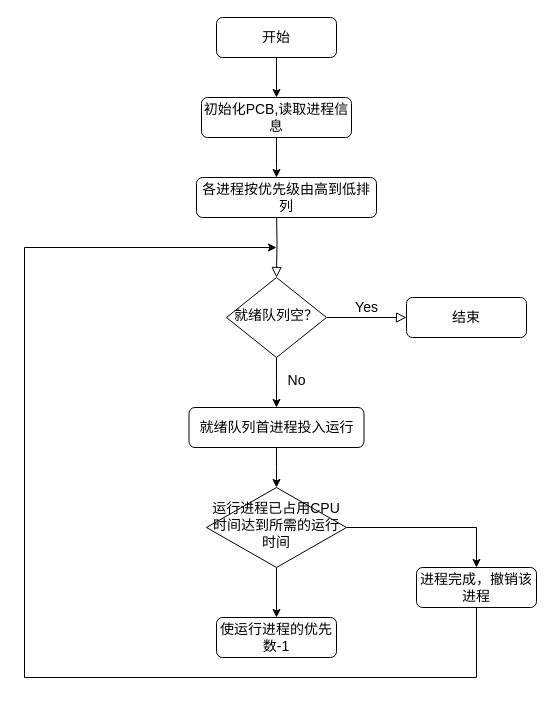
Before: 时间片轮转调度算法流程图.drawio in dxin66/draw-files, a draw.io diagram. Source tidied: cells renumbered, new cells numbered last; positions are measured from the earlier drawing's top-left corner, leaving out a move shared by most shapes. Both pictures are drawn from the tidied source at 100%, with x=0, y=0 at pixel (24, 17).
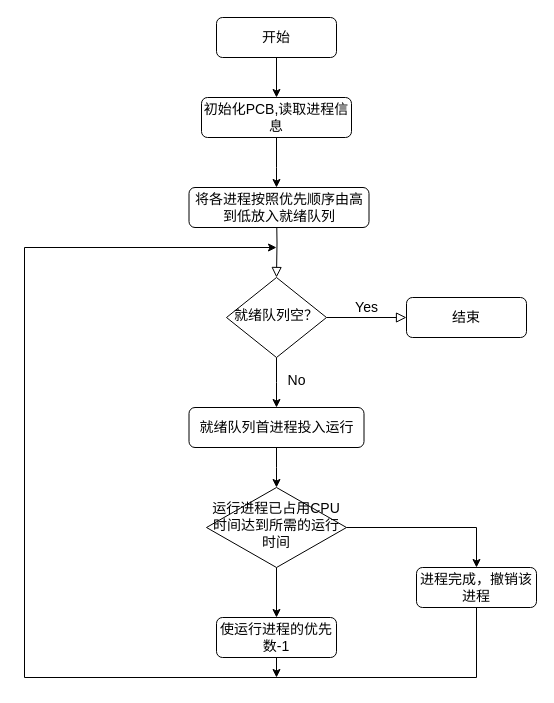
The same page after the edit.

Commit message:
更新时间片轮转调度算法流程图.drawio

Unchanged cells that the change refers to:
```xml
<mxCell id="19" value="使运行进程的优先数-1" style="rounded=1;whiteSpace=wrap;html=1;fontSize=14;glass=0;strokeWidth=1;shadow=0;" parent="1" vertex="1">
  <mxGeometry x="192" y="600" width="120" height="40" as="geometry" />
</mxCell>
```

Change to the diagram source:
```diff
@@
-    <mxCell id="3" value="各进程按优先级由高到低排列" style="rounded=1;whiteSpace=wrap;html=1;fontSize=14;glass=0;strokeWidth=1;shadow=0;" parent="1" vertex="1">
-      <mxGeometry x="172" y="160" width="180" height="40" as="geometry" />
+    <mxCell id="3" value="将各进程按照优先顺序由高到低放入就绪队列" style="rounded=1;whiteSpace=wrap;html=1;fontSize=14;glass=0;strokeWidth=1;shadow=0;" parent="1" vertex="1">
+      <mxGeometry x="164.5" y="170" width="180" height="40" as="geometry" />
     </mxCell>
@@
+    <mxCell id="22" style="edgeStyle=orthogonalEdgeStyle;rounded=0;jettySize=auto;html=1;exitX=0.5;exitY=1;exitDx=0;exitDy=0;" parent="1" edge="1" source="19">
+      <mxGeometry relative="1" as="geometry">
+        <mxPoint x="252" y="660" as="targetPoint" />
+      </mxGeometry>
+    </mxCell>
```
